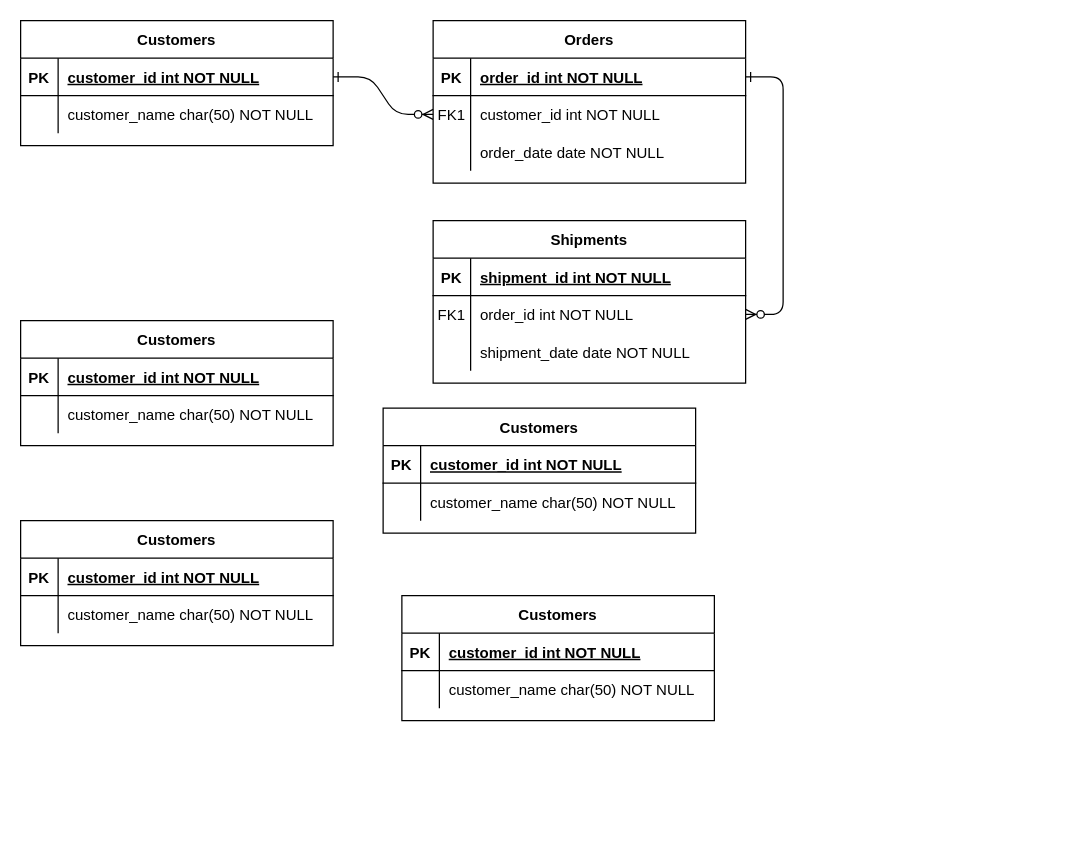
Before: Untitled Diagram.drawio in bizeasy17/investtrack, a draw.io diagram. Source tidied: cells renumbered, new cells numbered last; positions are measured from the earlier drawing's top-left corner, leaving out a move shared by most shapes. Both pictures are drawn from the tidied source at 125%, with x=0, y=0 at pixel (20, 20).
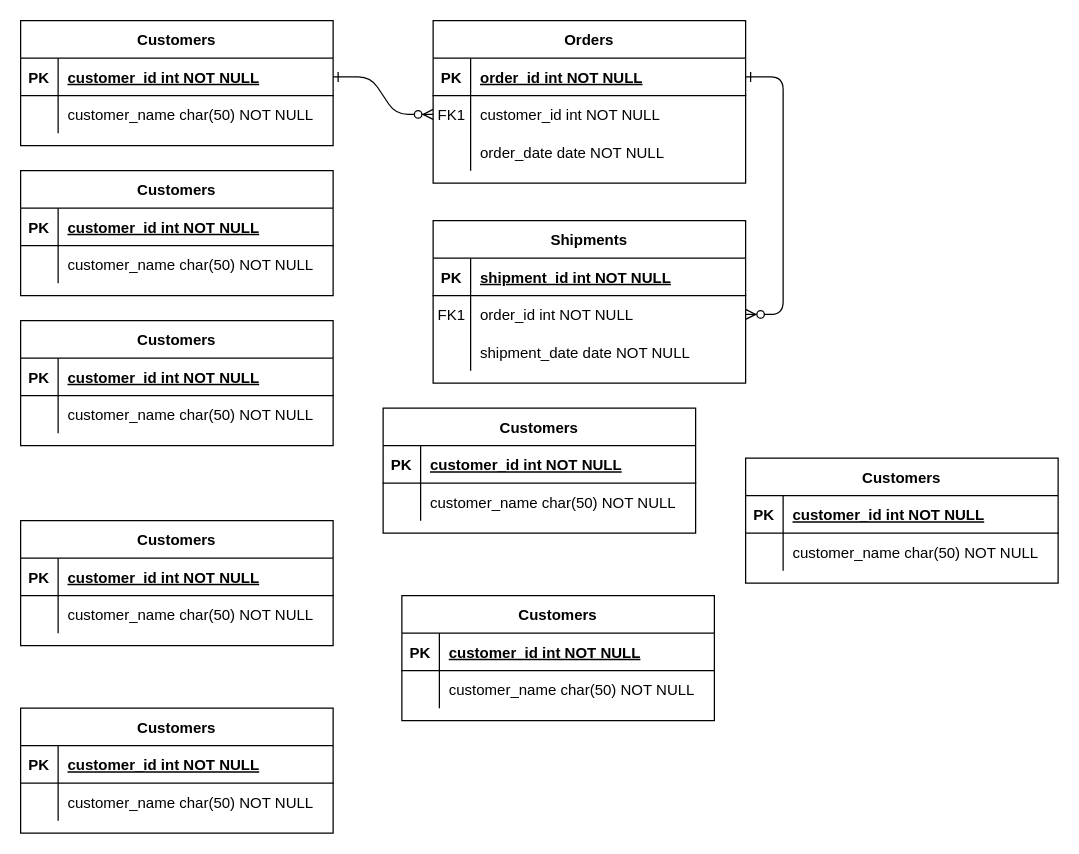
The same diagram, later.

What changed in the source:
```diff
@@
+    <mxCell id="59" value="Customers" style="shape=table;startSize=30;childLayout=tableLayout;rowLines=0;fontStyle=1;align=center;" parent="1" vertex="1">
+      <mxGeometry x="580" y="350" width="250" height="100" as="geometry" />
+    </mxCell>
+    <mxCell id="60" style="shape=partialRectangle;fillColor=none;top=0;left=0;right=0;bottom=1;" parent="59" vertex="1">
+      <mxGeometry y="30" width="250" height="30" as="geometry" />
+    </mxCell>
+    <mxCell id="61" value="PK" style="shape=partialRectangle;overflow=hidden;fillColor=none;top=0;left=0;bottom=0;right=0;fontStyle=1;" parent="60" vertex="1">
+      <mxGeometry width="30" height="30" as="geometry" />
+    </mxCell>
+    <mxCell id="62" value="customer_id int NOT NULL " style="shape=partialRectangle;overflow=hidden;fillColor=none;top=0;left=0;bottom=0;right=0;align=left;spacingLeft=6;fontStyle=5;" parent="60" vertex="1">
+      <mxGeometry x="30" width="220" height="30" as="geometry" />
+    </mxCell>
+    <mxCell id="63" style="shape=partialRectangle;fillColor=none;top=0;left=0;right=0;bottom=0;" parent="59" vertex="1">
+      <mxGeometry y="60" width="250" height="30" as="geometry" />
+    </mxCell>
+    <mxCell id="64" style="shape=partialRectangle;overflow=hidden;fillColor=none;top=0;left=0;bottom=0;right=0;" parent="63" vertex="1">
+      <mxGeometry width="30" height="30" as="geometry" />
+    </mxCell>
+    <mxCell id="65" value="customer_name char(50) NOT NULL" style="shape=partialRectangle;overflow=hidden;fillColor=none;top=0;left=0;bottom=0;right=0;align=left;spacingLeft=6;" parent="63" vertex="1">
+      <mxGeometry x="30" width="220" height="30" as="geometry" />
+    </mxCell>
+    <mxCell id="66" value="Customers" style="shape=table;startSize=30;childLayout=tableLayout;rowLines=0;fontStyle=1;align=center;" parent="1" vertex="1">
+      <mxGeometry y="550" width="250" height="100" as="geometry" />
+    </mxCell>
+    <mxCell id="67" style="shape=partialRectangle;fillColor=none;top=0;left=0;right=0;bottom=1;" parent="66" vertex="1">
+      <mxGeometry y="30" width="250" height="30" as="geometry" />
+    </mxCell>
+    <mxCell id="68" value="PK" style="shape=partialRectangle;overflow=hidden;fillColor=none;top=0;left=0;bottom=0;right=0;fontStyle=1;" parent="67" vertex="1">
+      <mxGeometry width="30" height="30" as="geometry" />
+    </mxCell>
+    <mxCell id="69" value="customer_id int NOT NULL " style="shape=partialRectangle;overflow=hidden;fillColor=none;top=0;left=0;bottom=0;right=0;align=left;spacingLeft=6;fontStyle=5;" parent="67" vertex="1">
+      <mxGeometry x="30" width="220" height="30" as="geometry" />
+    </mxCell>
+    <mxCell id="70" style="shape=partialRectangle;fillColor=none;top=0;left=0;right=0;bottom=0;" parent="66" vertex="1">
+      <mxGeometry y="60" width="250" height="30" as="geometry" />
+    </mxCell>
+    <mxCell id="71" style="shape=partialRectangle;overflow=hidden;fillColor=none;top=0;left=0;bottom=0;right=0;" parent="70" vertex="1">
+      <mxGeometry width="30" height="30" as="geometry" />
+    </mxCell>
+    <mxCell id="72" value="customer_name char(50) NOT NULL" style="shape=partialRectangle;overflow=hidden;fillColor=none;top=0;left=0;bottom=0;right=0;align=left;spacingLeft=6;" parent="70" vertex="1">
+      <mxGeometry x="30" width="220" height="30" as="geometry" />
+    </mxCell>
+    <mxCell id="73" value="Customers" style="shape=table;startSize=30;childLayout=tableLayout;rowLines=0;fontStyle=1;align=center;" parent="1" vertex="1">
+      <mxGeometry y="120" width="250" height="100" as="geometry" />
+    </mxCell>
+    <mxCell id="74" style="shape=partialRectangle;fillColor=none;top=0;left=0;right=0;bottom=1;" parent="73" vertex="1">
+      <mxGeometry y="30" width="250" height="30" as="geometry" />
+    </mxCell>
+    <mxCell id="75" value="PK" style="shape=partialRectangle;overflow=hidden;fillColor=none;top=0;left=0;bottom=0;right=0;fontStyle=1;" parent="74" vertex="1">
+      <mxGeometry width="30" height="30" as="geometry" />
+    </mxCell>
+    <mxCell id="76" value="customer_id int NOT NULL " style="shape=partialRectangle;overflow=hidden;fillColor=none;top=0;left=0;bottom=0;right=0;align=left;spacingLeft=6;fontStyle=5;" parent="74" vertex="1">
+      <mxGeometry x="30" width="220" height="30" as="geometry" />
+    </mxCell>
+    <mxCell id="77" style="shape=partialRectangle;fillColor=none;top=0;left=0;right=0;bottom=0;" parent="73" vertex="1">
+      <mxGeometry y="60" width="250" height="30" as="geometry" />
+    </mxCell>
+    <mxCell id="78" style="shape=partialRectangle;overflow=hidden;fillColor=none;top=0;left=0;bottom=0;right=0;" parent="77" vertex="1">
+      <mxGeometry width="30" height="30" as="geometry" />
+    </mxCell>
+    <mxCell id="79" value="customer_name char(50) NOT NULL" style="shape=partialRectangle;overflow=hidden;fillColor=none;top=0;left=0;bottom=0;right=0;align=left;spacingLeft=6;" parent="77" vertex="1">
+      <mxGeometry x="30" width="220" height="30" as="geometry" />
+    </mxCell>
```
